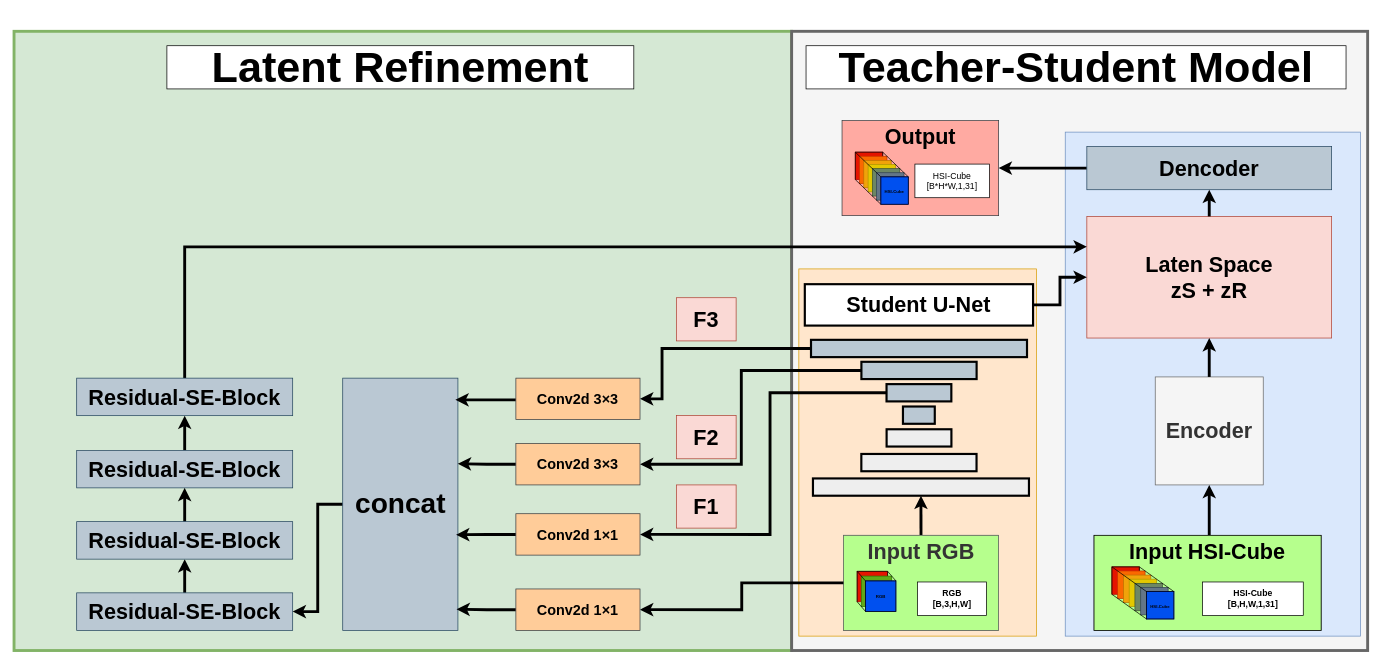
The draw.io diagram page "Seite-1" (1 of 3) of deltaRefinement.drawio in Kevb-source/diagramms.net, before the edit. Source tidied: cells renumbered, new cells numbered last; positions are measured from the earlier drawing's top-left corner, leaving out a move shared by most shapes. Both pictures are drawn from the tidied source at 72%, with x=0, y=0 at pixel (14, 31).
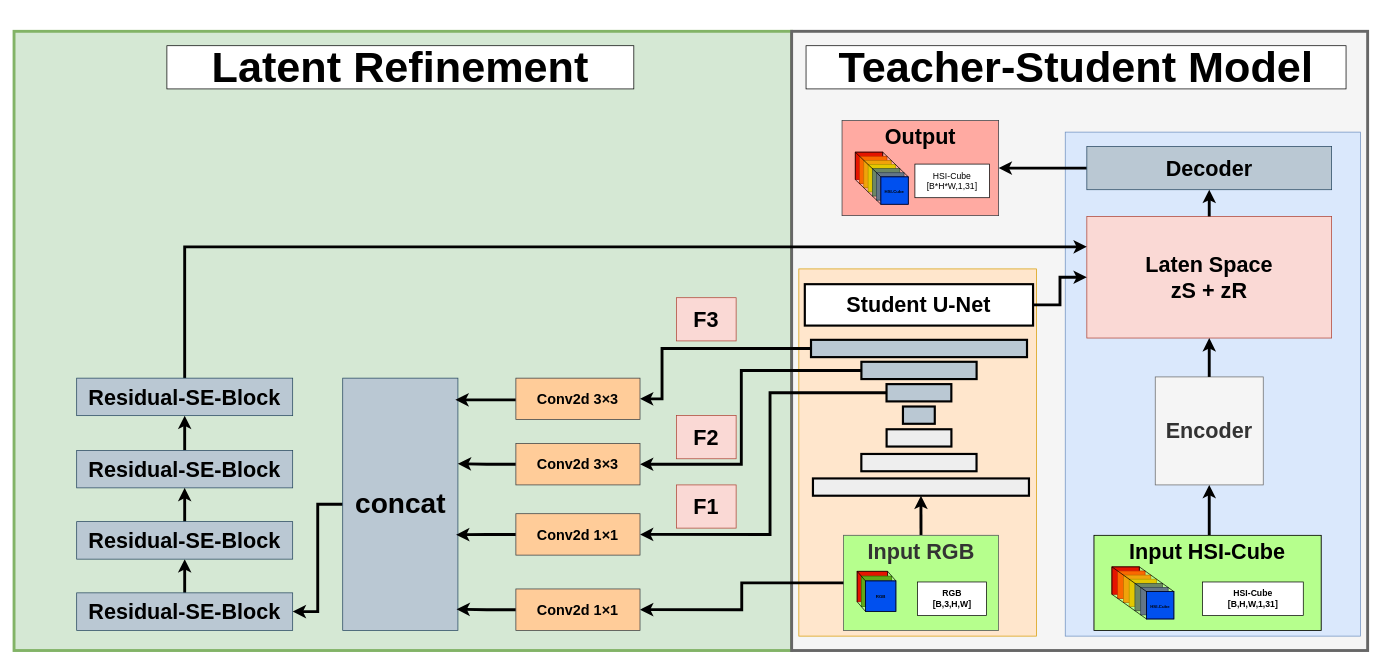
The same page after the edit.

Change to the diagram source:
```diff
@@
-    <mxCell id="34" value="&lt;font style=&quot;font-size: 30px;&quot;&gt;Dencoder&lt;/font&gt;" style="rounded=0;whiteSpace=wrap;html=1;fillColor=#bac8d3;strokeColor=#23445d;fontStyle=1;" parent="1" vertex="1">
+    <mxCell id="34" value="&lt;font style=&quot;font-size: 30px;&quot;&gt;Decoder&lt;/font&gt;" style="rounded=0;whiteSpace=wrap;html=1;fillColor=#bac8d3;strokeColor=#23445d;fontStyle=1;" parent="1" vertex="1">
       <mxGeometry x="1490" y="160" width="340" height="60" as="geometry" />
     </mxCell>
```
